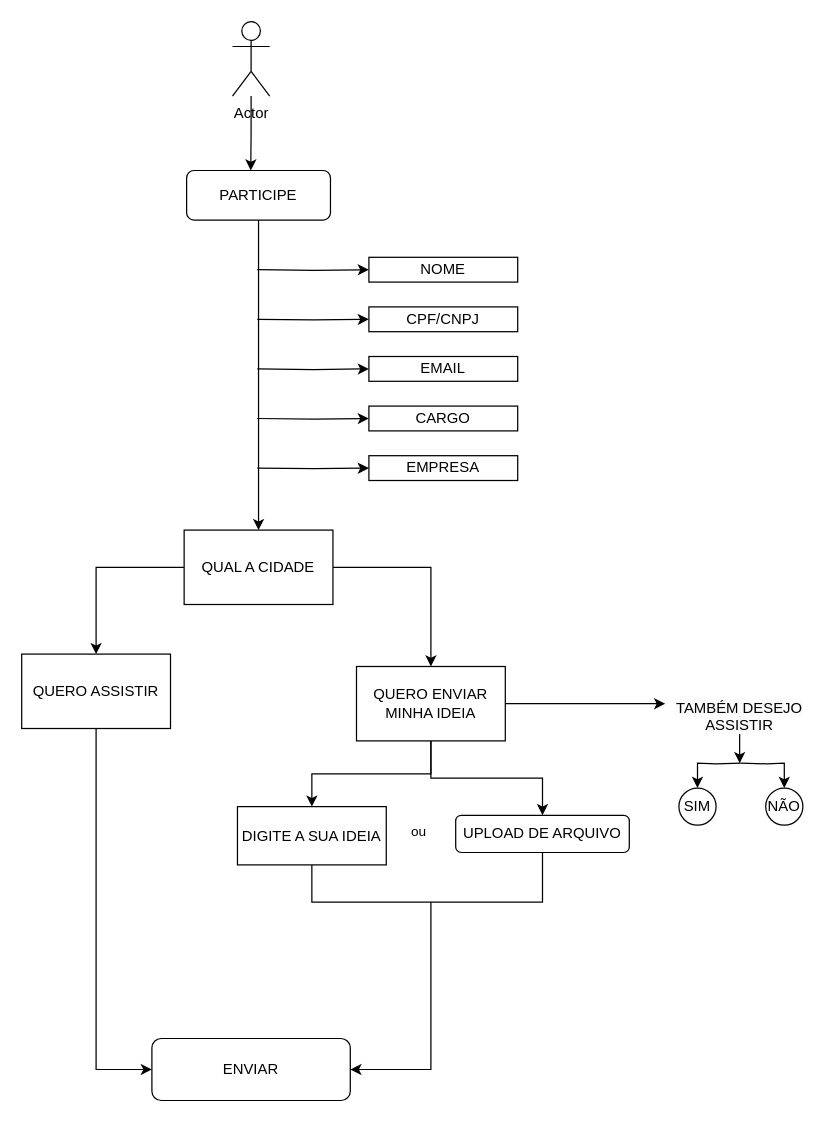
The draw.io diagram Seminario Logistica no Brasil.drawio in altcomvis/lp-logistica-no-brasil, before the edit. Source tidied: cells renumbered, new cells numbered last; positions are measured from the earlier drawing's top-left corner, leaving out a move shared by most shapes. Both pictures are drawn from the tidied source at 124%, with x=0, y=0 at pixel (21, 21).
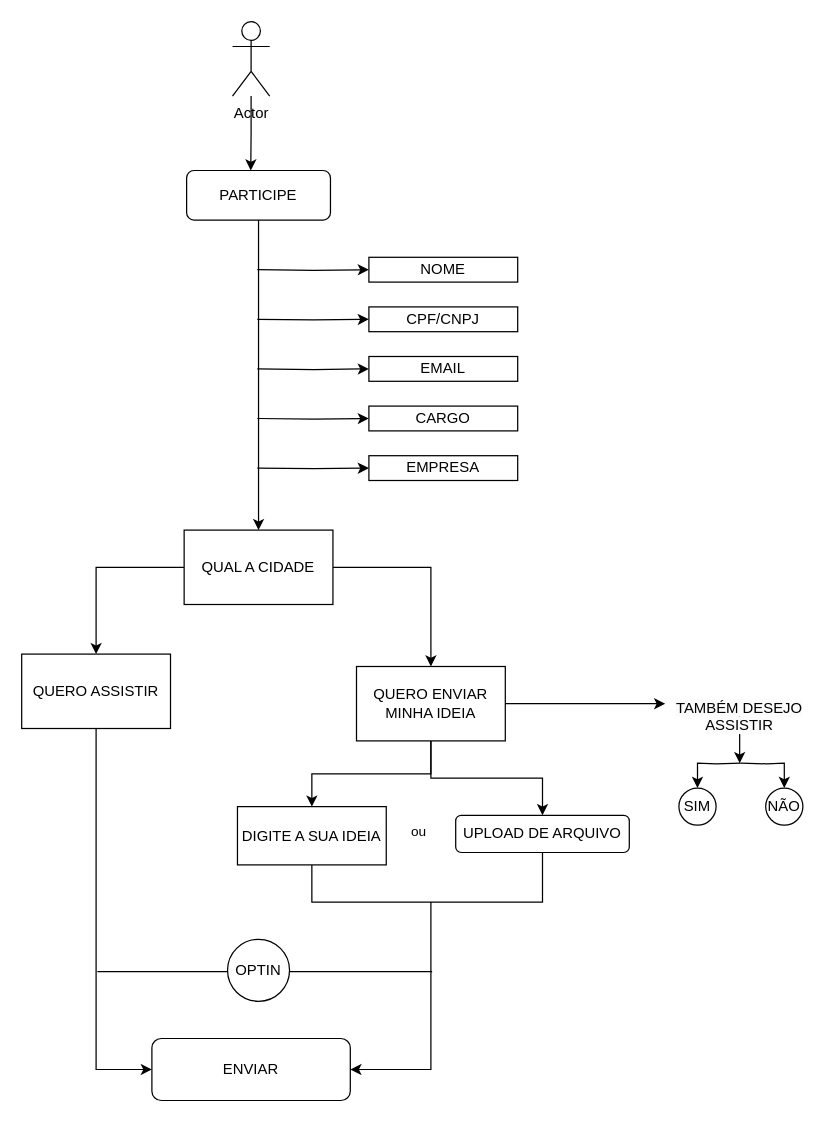
After the change.

The edit, as a diff of the source:
```diff
@@
+    <mxCell id="37" style="endArrow=none;html=1;rounded=0;" parent="1" edge="1">
+      <mxGeometry relative="1" as="geometry">
+        <mxPoint x="61" y="766" as="sourcePoint" />
+        <mxPoint x="331" y="766" as="targetPoint" />
+      </mxGeometry>
+    </mxCell>
+    <mxCell id="38" value="OPTIN" style="ellipse;whiteSpace=wrap;html=1;" parent="1" vertex="1">
+      <mxGeometry x="166" y="740" width="50" height="50" as="geometry" />
+    </mxCell>
```
